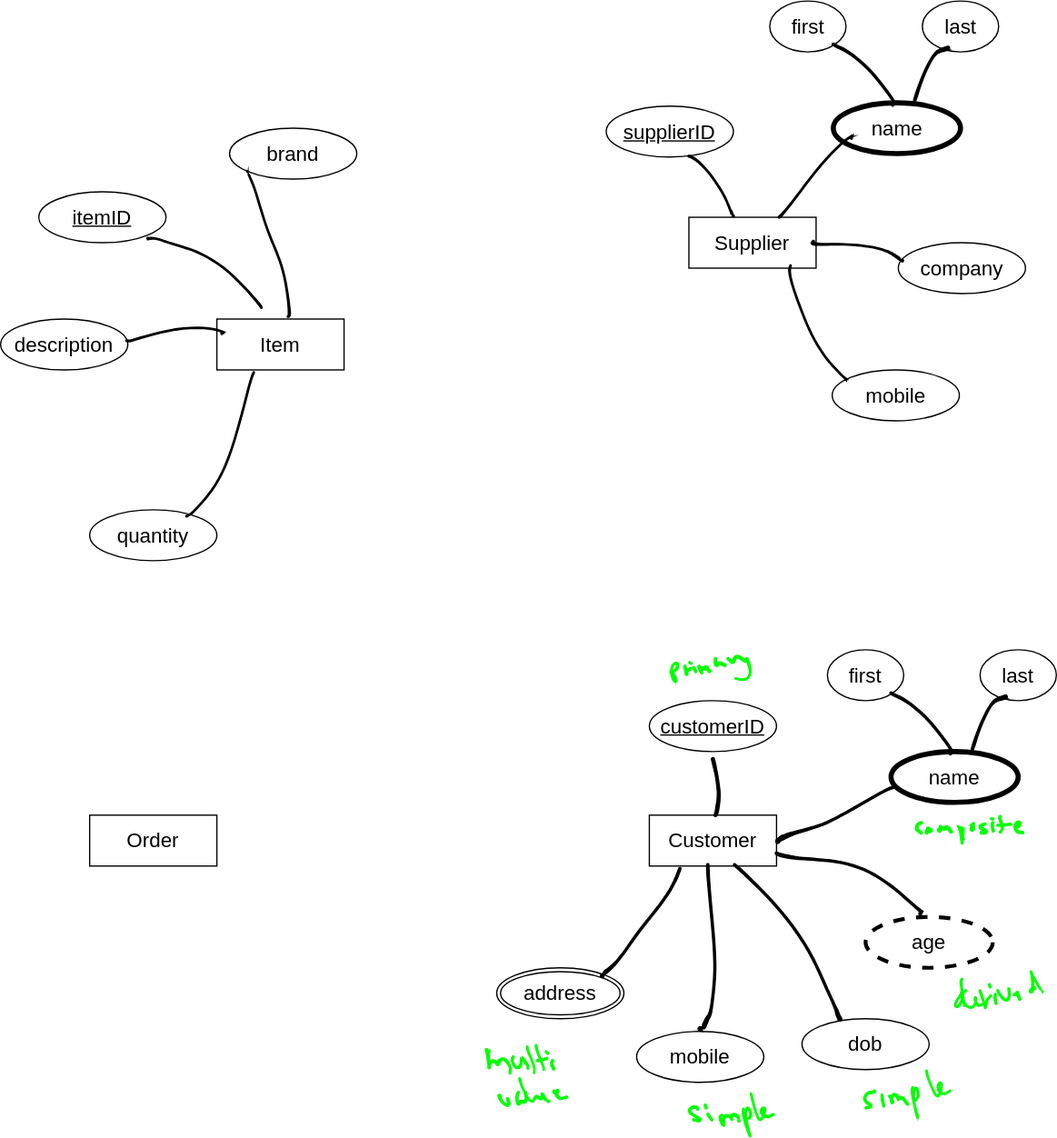
Above: ERD Example.drawio.svg in usupun/Database_Managment_System-tutoril- (draw.io), before the change. Source tidied: cells renumbered, new cells last; positions are measured from the earlier drawing's top-left corner, leaving out a move shared by most shapes.
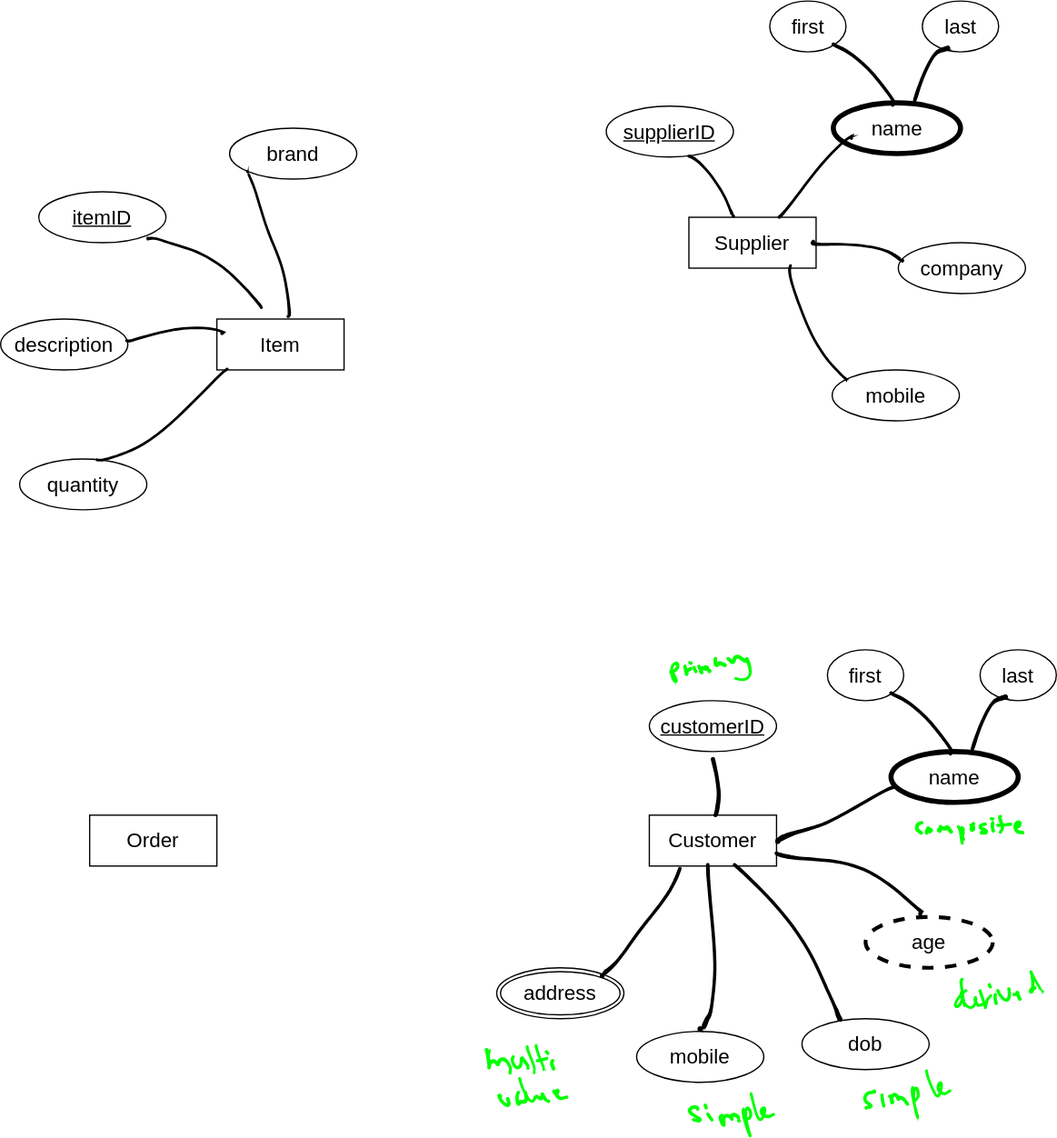
Later version of the same file.

Change to the diagram source:
```diff
@@ -261,7 +261,7 @@
       <mxGeometry y="250" width="100" height="40" as="geometry" />
     </mxCell>
     <mxCell id="88" value="quantity" style="ellipse;whiteSpace=wrap;html=1;align=center;fontSize=16;" parent="1" vertex="1">
-      <mxGeometry x="70" y="400" width="100" height="40" as="geometry" />
+      <mxGeometry x="14.9" y="360" width="100" height="40" as="geometry" />
     </mxCell>
     <mxCell id="89" style="shape=(stored shape, 1192 characters);lineShape=1;strokeColor=#000000;fontSize=16;" parent="1" vertex="1">
       <mxGeometry x="193.4" y="133.5" width="34.4" height="115.2" as="geometry" />
@@ -272,8 +272,8 @@
     <mxCell id="91" style="shape=(stored shape, 1044 characters);lineShape=1;strokeColor=#000000;fontSize=16;" parent="1" vertex="1">
       <mxGeometry x="98.4" y="256.4" width="78" height="11.5" as="geometry" />
     </mxCell>
-    <mxCell id="92" style="shape=(stored shape, 1092 characters);lineShape=1;strokeColor=#000000;fontSize=16;" parent="1" vertex="1">
-      <mxGeometry x="145.6" y="291.4" width="54" height="114.2" as="geometry" />
+    <mxCell id="92" style="shape=(stored shape, 1092 characters);lineShape=1;strokeColor=#000000;fontSize=16;rotation=30;" parent="1" vertex="1">
+      <mxGeometry x="100" y="267.9" width="54" height="114.2" as="geometry" />
     </mxCell>
   </root>
 </mxGraphModel>
```
